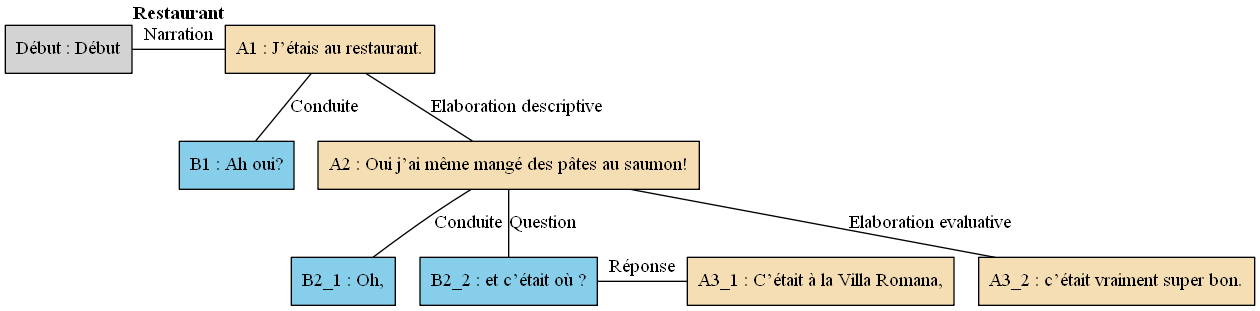
This is arbres/Bac_a_sable/Bac_a_sable_-_E02.gv.png from AlaixComet/AnnotationSlamPTut, a Graphviz export, as it was before one commit. Its source is kept beside it as arbres/Bac_a_sable/Bac_a_sable_-_E02.gv.
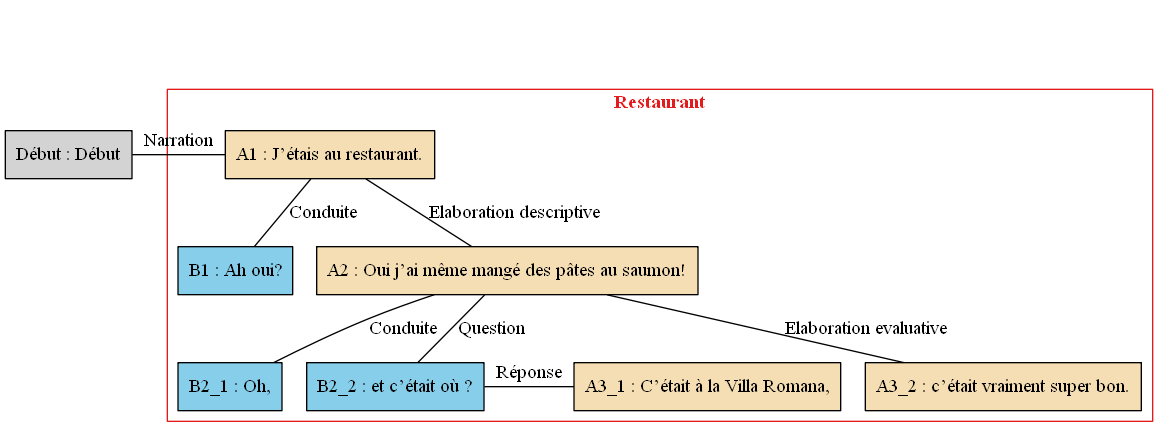
Above is the later version.

Diff of the diagram source:
```diff
@@ -1,28 +1,36 @@
 digraph E02 {
 	node [shape=box style=filled]
-	"Début" [label="Début : Début" xlabel=""]
-	A1 [label="A1 : J’étais au restaurant." fillcolor=wheat xlabel=<<B>Restaurant</B>>]
-	B1 [label="B1 : Ah oui?" fillcolor=skyblue xlabel=""]
-	A2 [label="A2 : Oui j’ai même mangé des pâtes au saumon!" fillcolor=wheat xlabel=""]
-	B2_1 [label="B2_1 : Oh," fillcolor=skyblue xlabel=""]
-	B2_2 [label="B2_2 : et c’était où ?" fillcolor=skyblue xlabel=""]
-	A3_1 [label="A3_1 : C’était à la Villa Romana," fillcolor=wheat xlabel=""]
-	A3_2 [label="A3_2 : c’était vraiment super bon." fillcolor=wheat xlabel=""]
-	{
-		rank=same
+	newrank=true
+	zero [style=invis]
+	"Début" [label="Début : Début"]
+	A1 [label="A1 : J’étais au restaurant." fillcolor=wheat]
+	B1 [label="B1 : Ah oui?" fillcolor=skyblue]
+	A2 [label="A2 : Oui j’ai même mangé des pâtes au saumon!" fillcolor=wheat]
+	B2_1 [label="B2_1 : Oh," fillcolor=skyblue]
+	B2_2 [label="B2_2 : et c’était où ?" fillcolor=skyblue]
+	A3_1 [label="A3_1 : C’était à la Villa Romana," fillcolor=wheat]
+	A3_2 [label="A3_2 : c’était vraiment super bon." fillcolor=wheat]
+	zero -> "Début" [label="" style=invis]
+	A2 -> A3_1 [style=invis weight=1]
+	B2_2 -> A3_1 [label="Réponse" constraint=false dir=none]
+	A1 -> B1 [label=Conduite dir=none weight=2]
+	zero -> A1 [style=invis weight=1]
+	"Début" -> A1 [label=Narration constraint=false dir=none]
+	A2 -> B2_1 [label=Conduite dir=none weight=2]
+	A1 -> A2 [label="Elaboration descriptive" dir=none weight=2]
+	A2 -> B2_2 [label=Question dir=none weight=2]
+	A2 -> A3_2 [label="Elaboration evaluative" dir=none weight=2]
+	subgraph cluster_1 {
+		label=<<B>Restaurant</B>>
+		colorscheme=set19
+		color=1
+		fontcolor=1
+		A1
+		B1
+		A2
+		B2_1
 		B2_2
 		A3_1
-		B2_2 -> A3_1 [label="Réponse" dir=none]
+		A3_2
 	}
-	A1 -> B1 [label=Conduite dir=none]
-	{
-		rank=same
-		"Début"
-		A1
-		"Début" -> A1 [label=Narration dir=none]
-	}
-	A2 -> B2_1 [label=Conduite dir=none]
-	A1 -> A2 [label="Elaboration descriptive" dir=none]
-	A2 -> B2_2 [label=Question dir=none]
-	A2 -> A3_2 [label="Elaboration evaluative" dir=none]
 }
```
